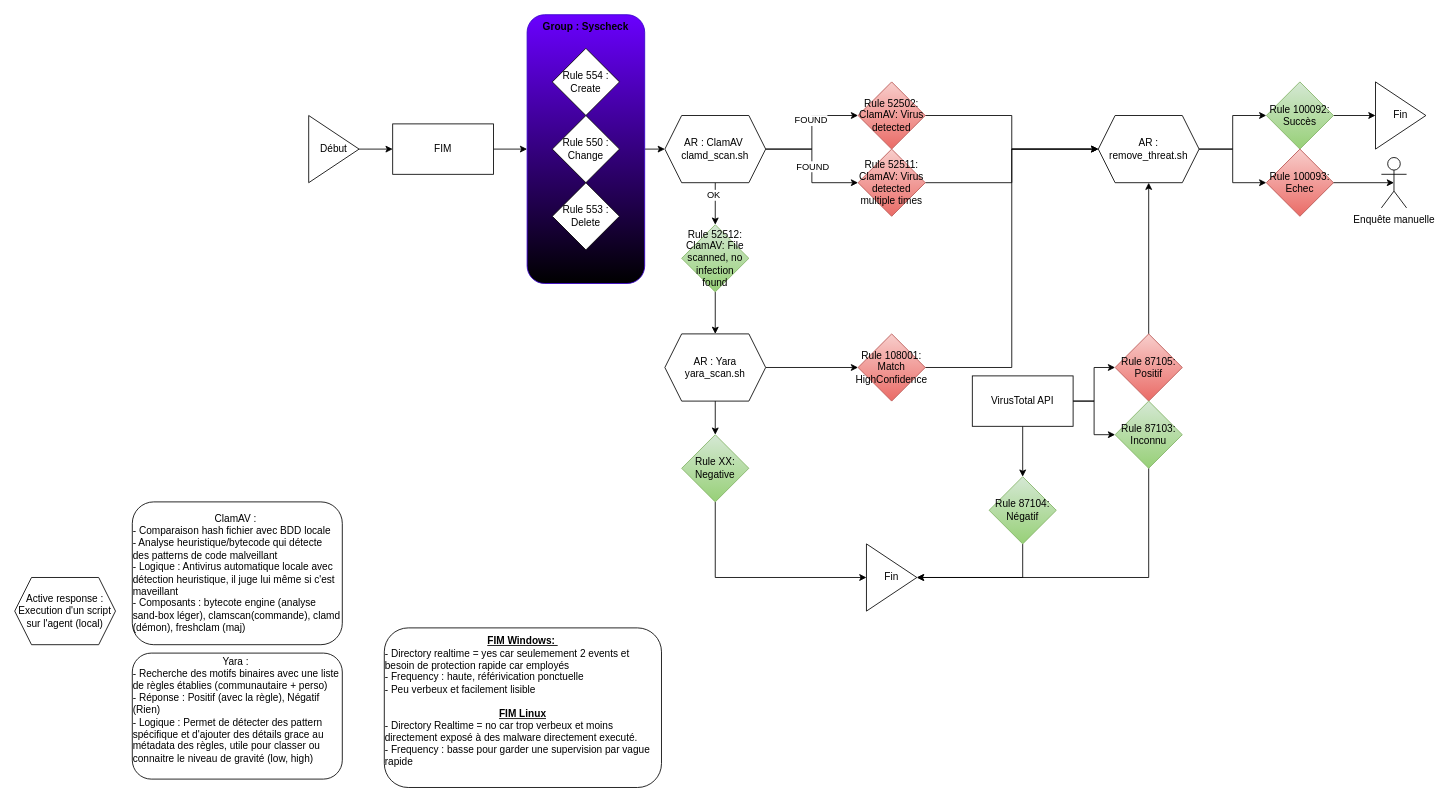
Earlier version of the draw.io diagram page "Malware Analysis & Active Response" (2 of 2) of Wazuh.drawio (egoMasa/HomeLab). Source tidied: cells renumbered, new cells numbered last; positions are measured from the earlier drawing's top-left corner, leaving out a move shared by most shapes. Both pictures are drawn from the tidied source at 84%, with x=0, y=0 at pixel (14, 14).
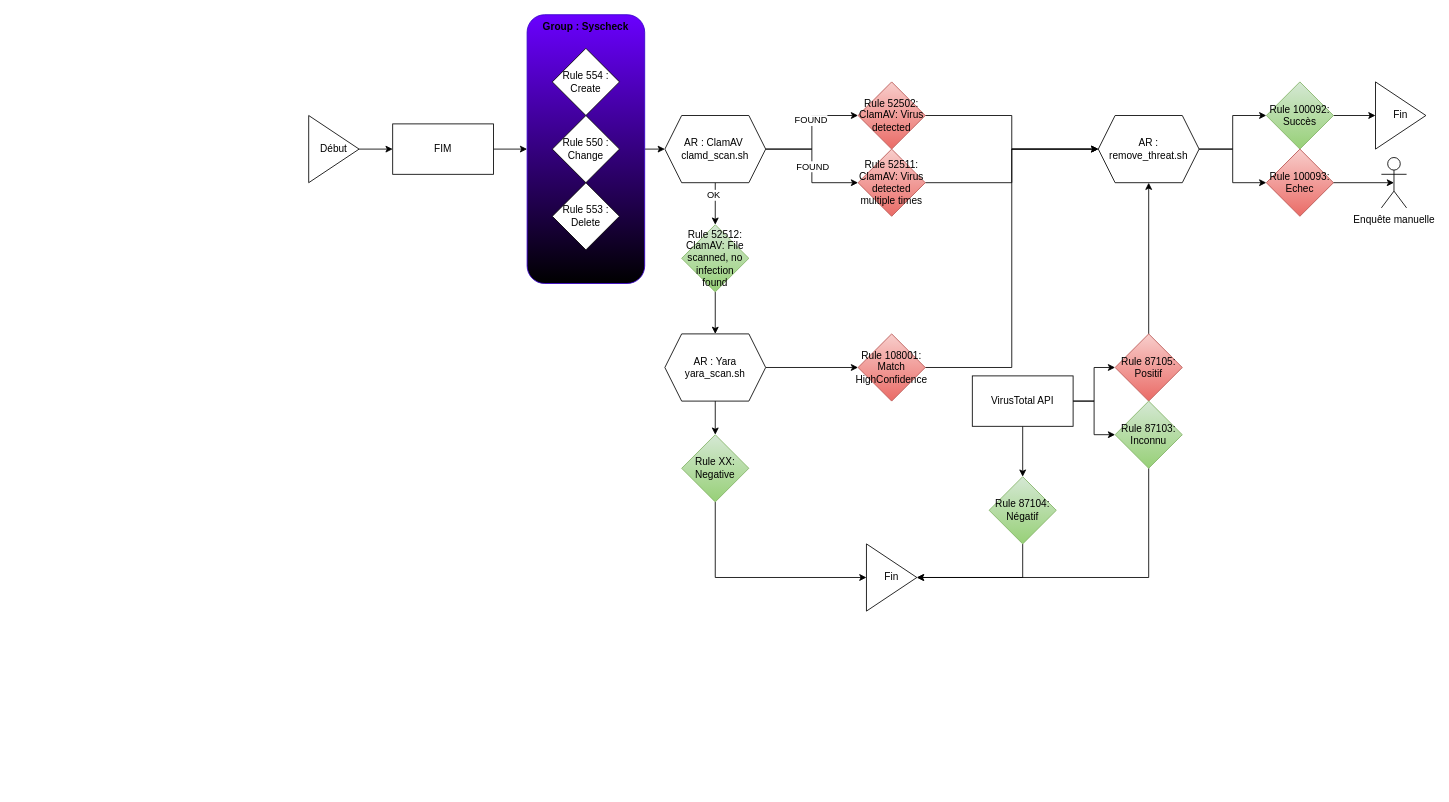
The same diagram, later.

Commit message:
Mettre à jour Wazuh.drawio

What changed in the source:
```diff
@@
-    <mxCell id="47" value="Active response : Execution d'un script sur l'agent (local)" style="shape=hexagon;perimeter=hexagonPerimeter2;whiteSpace=wrap;html=1;fixedSize=1;" parent="1" vertex="1">
-      <mxGeometry y="670" width="120" height="80" as="geometry" />
-    </mxCell>
@@
-    <mxCell id="53" value="ClamAV :&amp;nbsp;&lt;br&gt;&lt;div align=&quot;left&quot;&gt;- Comparaison hash fichier avec BDD locale&lt;/div&gt;&lt;div align=&quot;left&quot;&gt;- Analyse heuristique/bytecode qui détecte des patterns de code malveillant&lt;br&gt;- Logique : Antivirus automatique locale avec détection heuristique, il juge lui même si c'est maveillant&lt;/div&gt;&lt;div align=&quot;left&quot;&gt;- Composants : bytecote engine (analyse sand-box léger), clamscan(commande), clamd (démon), freshclam (maj)&lt;/div&gt;" style="rounded=1;whiteSpace=wrap;html=1;" parent="1" vertex="1">
-      <mxGeometry x="140" y="580" width="250" height="170" as="geometry" />
-    </mxCell>
-    <mxCell id="54" value="Yara :&amp;nbsp;&lt;br&gt;&lt;div align=&quot;left&quot;&gt;- Recherche des motifs binaires avec une liste de règles établies (communautaire + perso)&lt;/div&gt;&lt;div align=&quot;left&quot;&gt;- Réponse : Positif (avec la règle), Négatif (Rien)&lt;br&gt;- Logique : Permet de détecter des pattern spécifique et d'ajouter des détails grace au métadata des règles, utile pour classer ou connaitre le niveau de gravité (low, high)&lt;/div&gt;&lt;div align=&quot;left&quot;&gt;&lt;br&gt;&lt;/div&gt;" style="rounded=1;whiteSpace=wrap;html=1;" parent="1" vertex="1">
-      <mxGeometry x="140" y="760" width="250" height="150" as="geometry" />
-    </mxCell>
-    <mxCell id="55" value="&lt;div align=&quot;center&quot;&gt;&lt;u&gt;&lt;b&gt;FIM Windows:&amp;nbsp;&lt;/b&gt;&lt;/u&gt;&lt;br&gt;&lt;/div&gt;&lt;div align=&quot;left&quot;&gt;- Directory realtime = yes car seulemement 2 events et besoin de protection rapide car employés&lt;/div&gt;&lt;div align=&quot;left&quot;&gt;- Frequency : haute, référivication ponctuelle&lt;br&gt;- Peu verbeux et facilement lisible&lt;br&gt;&lt;br&gt;&lt;/div&gt;&lt;div align=&quot;center&quot;&gt;&lt;u&gt;&lt;b&gt;FIM Linux&lt;/b&gt;&lt;/u&gt;&lt;/div&gt;&lt;div align=&quot;left&quot;&gt;- Directory Realtime = no car trop verbeux et moins directement exposé à des malware directement executé.&lt;/div&gt;&lt;div align=&quot;left&quot;&gt;- Frequency : basse pour garder une supervision par vague rapide&amp;nbsp;&lt;/div&gt;&lt;div align=&quot;left&quot;&gt;&lt;br&gt;&lt;/div&gt;" style="rounded=1;whiteSpace=wrap;html=1;" parent="1" vertex="1">
-      <mxGeometry x="440" y="730" width="330" height="190" as="geometry" />
-    </mxCell>
```
